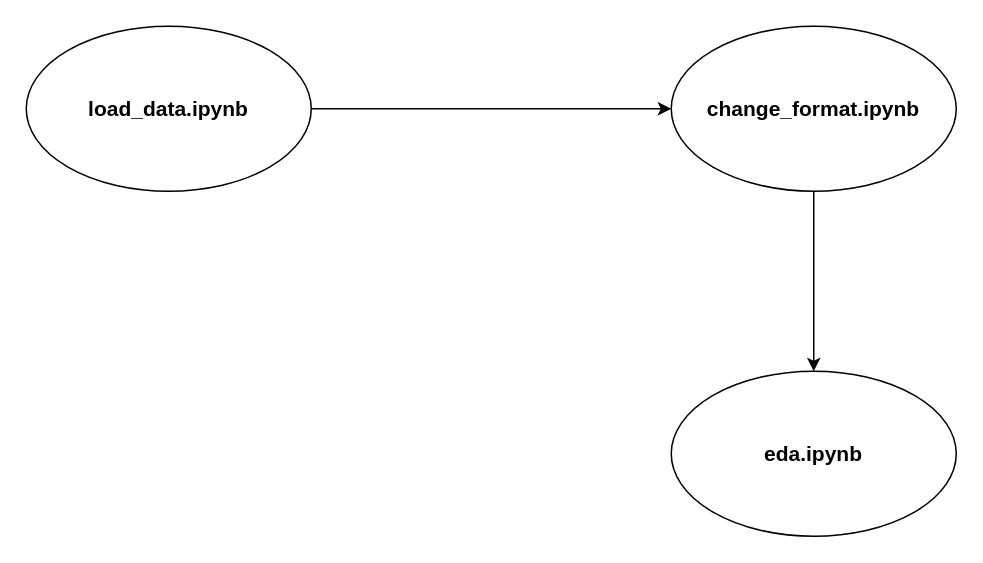
Earlier version of the draw.io diagram notebooks_flow.drawio (vouts96/thesis-bill). Source tidied: cells renumbered, new cells numbered last; positions are measured from the earlier drawing's top-left corner, leaving out a move shared by most shapes. Both pictures are drawn from the tidied source at 150%, with x=0, y=0 at pixel (26, 26).
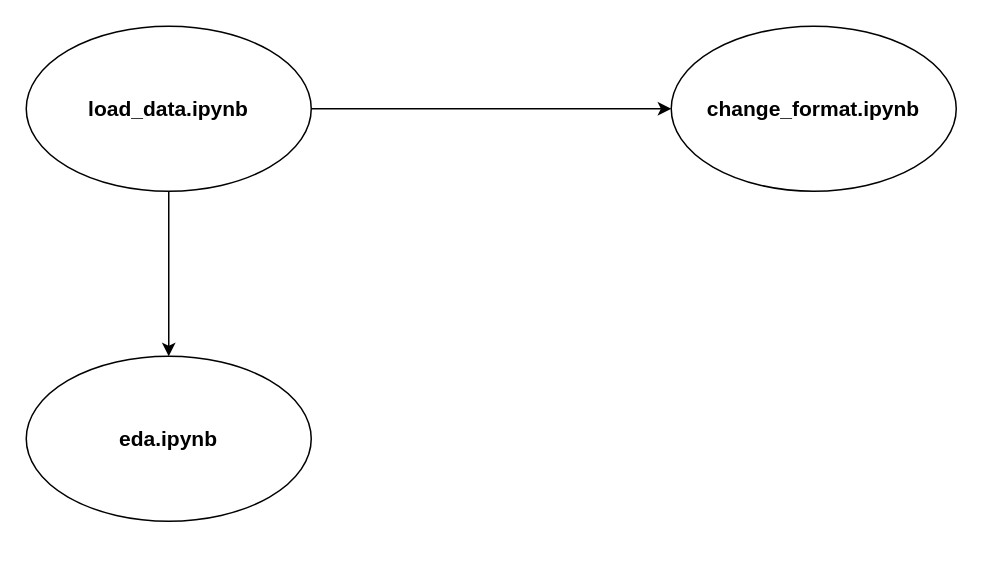
The same diagram, later.

What changed in the source:
```diff
@@
 <mxGraphModel>
   <root>
     <mxCell id="0" />
     <mxCell id="1" parent="0" />
     <mxCell id="2" style="edgeStyle=orthogonalEdgeStyle;rounded=0;jettySize=auto;html=1;entryX=0;entryY=0.5;entryDx=0;entryDy=0;" parent="1" edge="1" source="3" target="5">
       <mxGeometry relative="1" as="geometry" />
     </mxCell>
+    <mxCell id="7" style="edgeStyle=orthogonalEdgeStyle;rounded=0;jettySize=auto;html=1;" parent="1" edge="1" source="3" target="6">
+      <mxGeometry relative="1" as="geometry" />
+    </mxCell>
     <mxCell id="3" value="&lt;b&gt;&lt;font style=&quot;font-size: 14px;&quot;&gt;load_data.ipynb&lt;/font&gt;&lt;/b&gt;" style="ellipse;whiteSpace=wrap;html=1;" parent="1" vertex="1">
       <mxGeometry width="190" height="110" as="geometry" />
     </mxCell>
-    <mxCell id="4" style="edgeStyle=orthogonalEdgeStyle;rounded=0;jettySize=auto;html=1;" parent="1" edge="1" source="5" target="6">
-      <mxGeometry relative="1" as="geometry" />
-    </mxCell>
     <mxCell id="5" value="&lt;b&gt;&lt;font style=&quot;font-size: 14px;&quot;&gt;change_format.ipynb&lt;/font&gt;&lt;/b&gt;" style="ellipse;whiteSpace=wrap;html=1;" parent="1" vertex="1">
       <mxGeometry x="430" width="190" height="110" as="geometry" />
     </mxCell>
     <mxCell id="6" value="&lt;b&gt;&lt;font style=&quot;font-size: 14px;&quot;&gt;eda.ipynb&lt;/font&gt;&lt;/b&gt;" style="ellipse;whiteSpace=wrap;html=1;" parent="1" vertex="1">
-      <mxGeometry x="430" y="230" width="190" height="110" as="geometry" />
+      <mxGeometry y="220" width="190" height="110" as="geometry" />
     </mxCell>
   </root>
 </mxGraphModel>
```
